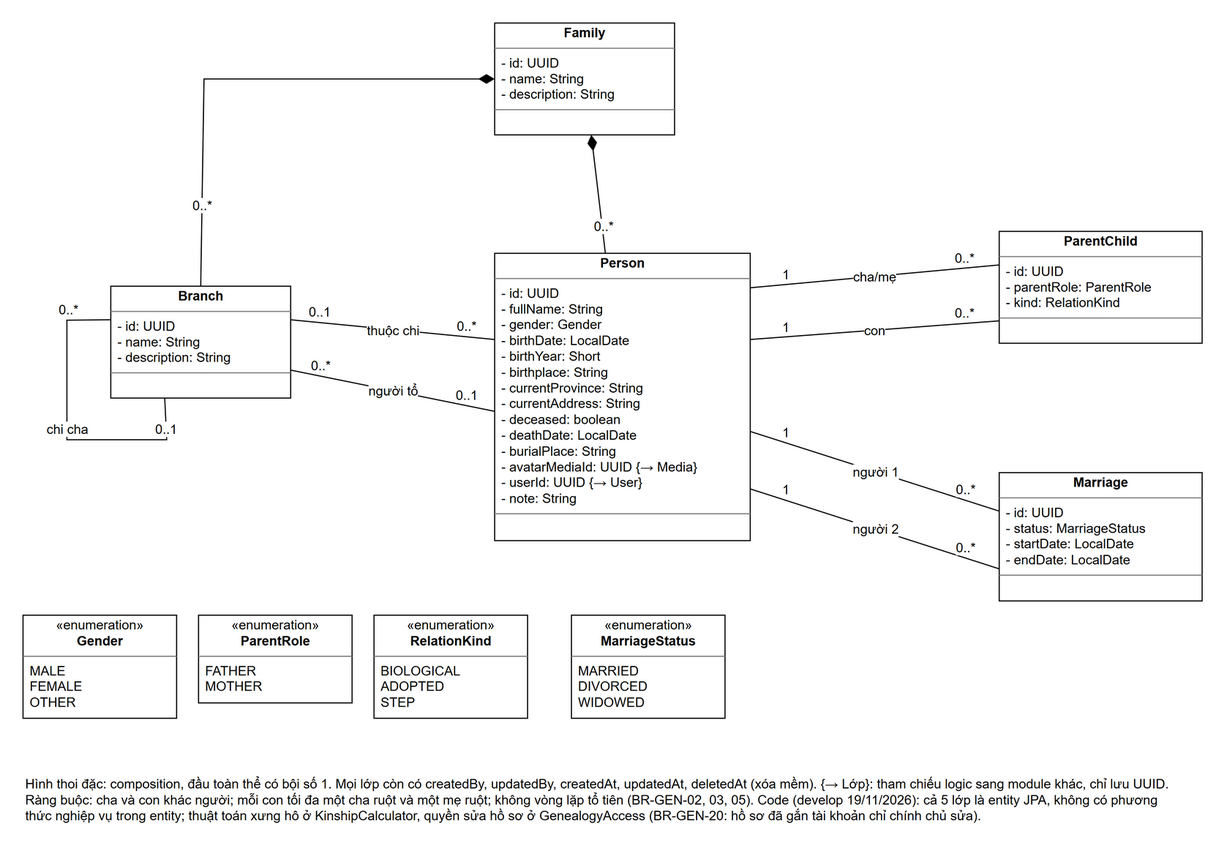
ngthanhtuann/ai-powered-digital-family-community-platform keeps this draw.io diagram as docs/images/class-genealogy.drawio.png. Above is the earlier version. Source tidied: cells renumbered, new cells last; positions are measured from the earlier drawing's top-left corner, leaving out a move shared by most shapes.
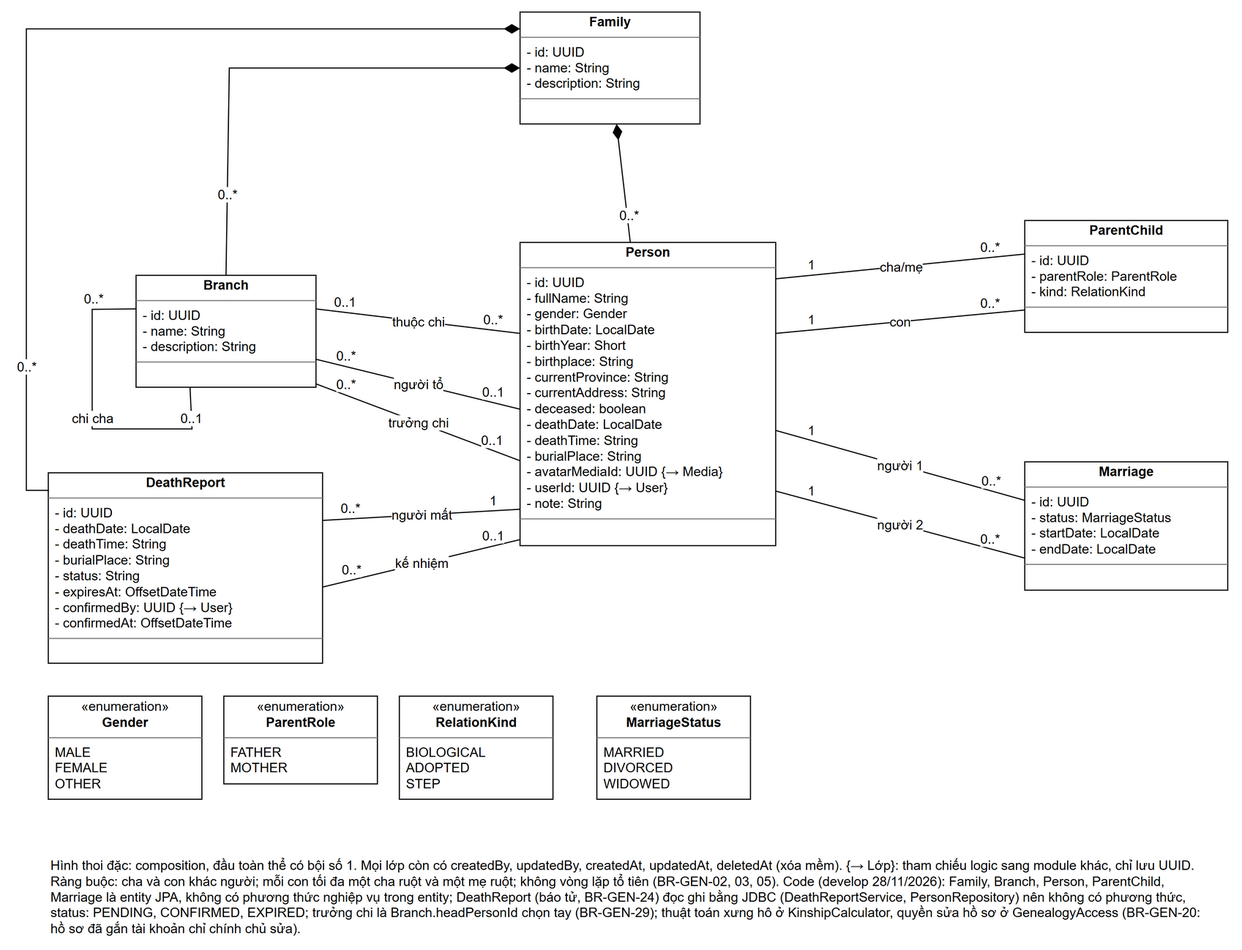
The same diagram one commit later.

Diff of the diagram source:
```diff
@@ -8,8 +8,8 @@
     <mxCell id="3" value="&lt;p style=&quot;margin:2px 0 0 0;text-align:center&quot;&gt;&lt;b&gt;Branch&lt;/b&gt;&lt;/p&gt;&lt;hr size=&quot;1&quot; style=&quot;border-style:solid;&quot;/&gt;&lt;p style=&quot;margin:2px 0 2px 6px&quot;&gt;- id: UUID&lt;br&gt;- name: String&lt;br&gt;- description: String&lt;/p&gt;&lt;hr size=&quot;1&quot; style=&quot;border-style:solid;&quot;/&gt;&lt;p style=&quot;margin:2px 0 2px 6px&quot;&gt;&amp;nbsp;&lt;/p&gt;" style="verticalAlign=top;align=left;overflow=fill;html=1;whiteSpace=nowrap;fillColor=#FFFFFF;strokeColor=#000000;fontFamily=Arial;fontSize=12;fontColor=#000000;" parent="1" vertex="1">
       <mxGeometry x="80" y="240" width="164" height="102" as="geometry" />
     </mxCell>
-    <mxCell id="4" value="&lt;p style=&quot;margin:2px 0 0 0;text-align:center&quot;&gt;&lt;b&gt;Person&lt;/b&gt;&lt;/p&gt;&lt;hr size=&quot;1&quot; style=&quot;border-style:solid;&quot;/&gt;&lt;p style=&quot;margin:2px 0 2px 6px&quot;&gt;- id: UUID&lt;br&gt;- fullName: String&lt;br&gt;- gender: Gender&lt;br&gt;- birthDate: LocalDate&lt;br&gt;- birthYear: Short&lt;br&gt;- birthplace: String&lt;br&gt;- currentProvince: String&lt;br&gt;- currentAddress: String&lt;br&gt;- deceased: boolean&lt;br&gt;- deathDate: LocalDate&lt;br&gt;- burialPlace: String&lt;br&gt;- avatarMediaId: UUID {→ Media}&lt;br&gt;- userId: UUID {→ User}&lt;br&gt;- note: String&lt;/p&gt;&lt;hr size=&quot;1&quot; style=&quot;border-style:solid;&quot;/&gt;&lt;p style=&quot;margin:2px 0 2px 6px&quot;&gt;&amp;nbsp;&lt;/p&gt;" style="verticalAlign=top;align=left;overflow=fill;html=1;whiteSpace=nowrap;fillColor=#FFFFFF;strokeColor=#000000;fontFamily=Arial;fontSize=12;fontColor=#000000;" parent="1" vertex="1">
-      <mxGeometry x="430" y="210" width="233" height="262" as="geometry" />
+    <mxCell id="4" value="&lt;p style=&quot;margin:2px 0 0 0;text-align:center&quot;&gt;&lt;b&gt;Person&lt;/b&gt;&lt;/p&gt;&lt;hr size=&quot;1&quot; style=&quot;border-style:solid;&quot;/&gt;&lt;p style=&quot;margin:2px 0 2px 6px&quot;&gt;- id: UUID&lt;br&gt;- fullName: String&lt;br&gt;- gender: Gender&lt;br&gt;- birthDate: LocalDate&lt;br&gt;- birthYear: Short&lt;br&gt;- birthplace: String&lt;br&gt;- currentProvince: String&lt;br&gt;- currentAddress: String&lt;br&gt;- deceased: boolean&lt;br&gt;- deathDate: LocalDate&lt;br&gt;- deathTime: String&lt;br&gt;- burialPlace: String&lt;br&gt;- avatarMediaId: UUID {→ Media}&lt;br&gt;- userId: UUID {→ User}&lt;br&gt;- note: String&lt;/p&gt;&lt;hr size=&quot;1&quot; style=&quot;border-style:solid;&quot;/&gt;&lt;p style=&quot;margin:2px 0 2px 6px&quot;&gt;&amp;nbsp;&lt;/p&gt;" style="verticalAlign=top;align=left;overflow=fill;html=1;whiteSpace=nowrap;fillColor=#FFFFFF;strokeColor=#000000;fontFamily=Arial;fontSize=12;fontColor=#000000;" parent="1" vertex="1">
+      <mxGeometry x="430" y="210" width="233" height="276.4" as="geometry" />
     </mxCell>
     <mxCell id="5" value="&lt;p style=&quot;margin:2px 0 0 0;text-align:center&quot;&gt;&lt;b&gt;ParentChild&lt;/b&gt;&lt;/p&gt;&lt;hr size=&quot;1&quot; style=&quot;border-style:solid;&quot;/&gt;&lt;p style=&quot;margin:2px 0 2px 6px&quot;&gt;- id: UUID&lt;br&gt;- parentRole: ParentRole&lt;br&gt;- kind: RelationKind&lt;/p&gt;&lt;hr size=&quot;1&quot; style=&quot;border-style:solid;&quot;/&gt;&lt;p style=&quot;margin:2px 0 2px 6px&quot;&gt;&amp;nbsp;&lt;/p&gt;" style="verticalAlign=top;align=left;overflow=fill;html=1;whiteSpace=nowrap;fillColor=#FFFFFF;strokeColor=#000000;fontFamily=Arial;fontSize=12;fontColor=#000000;" parent="1" vertex="1">
       <mxGeometry x="890" y="190" width="185" height="102" as="geometry" />
@@ -135,19 +135,74 @@
       </mxGeometry>
     </mxCell>
     <mxCell id="32" value="&lt;p style=&quot;margin:2px 0 0 0;text-align:center&quot;&gt;«enumeration»&lt;br&gt;&lt;b&gt;Gender&lt;/b&gt;&lt;/p&gt;&lt;hr size=&quot;1&quot; style=&quot;border-style:solid;&quot;/&gt;&lt;p style=&quot;margin:2px 0 2px 6px&quot;&gt;MALE&lt;br&gt;FEMALE&lt;br&gt;OTHER&lt;/p&gt;" style="verticalAlign=top;align=left;overflow=fill;html=1;fillColor=#FFFFFF;strokeColor=#000000;fontFamily=Arial;fontSize=12;fontColor=#000000;" parent="1" vertex="1">
-      <mxGeometry y="540" width="140" height="94" as="geometry" />
+      <mxGeometry y="623.6" width="140" height="94" as="geometry" />
     </mxCell>
     <mxCell id="33" value="&lt;p style=&quot;margin:2px 0 0 0;text-align:center&quot;&gt;«enumeration»&lt;br&gt;&lt;b&gt;ParentRole&lt;/b&gt;&lt;/p&gt;&lt;hr size=&quot;1&quot; style=&quot;border-style:solid;&quot;/&gt;&lt;p style=&quot;margin:2px 0 2px 6px&quot;&gt;FATHER&lt;br&gt;MOTHER&lt;/p&gt;" style="verticalAlign=top;align=left;overflow=fill;html=1;fillColor=#FFFFFF;strokeColor=#000000;fontFamily=Arial;fontSize=12;fontColor=#000000;" parent="1" vertex="1">
-      <mxGeometry x="160" y="540" width="140" height="80" as="geometry" />
+      <mxGeometry x="160" y="623.6" width="140" height="80" as="geometry" />
     </mxCell>
     <mxCell id="34" value="&lt;p style=&quot;margin:2px 0 0 0;text-align:center&quot;&gt;«enumeration»&lt;br&gt;&lt;b&gt;RelationKind&lt;/b&gt;&lt;/p&gt;&lt;hr size=&quot;1&quot; style=&quot;border-style:solid;&quot;/&gt;&lt;p style=&quot;margin:2px 0 2px 6px&quot;&gt;BIOLOGICAL&lt;br&gt;ADOPTED&lt;br&gt;STEP&lt;/p&gt;" style="verticalAlign=top;align=left;overflow=fill;html=1;fillColor=#FFFFFF;strokeColor=#000000;fontFamily=Arial;fontSize=12;fontColor=#000000;" parent="1" vertex="1">
-      <mxGeometry x="320" y="540" width="140" height="94" as="geometry" />
+      <mxGeometry x="320" y="623.6" width="140" height="94" as="geometry" />
     </mxCell>
     <mxCell id="35" value="&lt;p style=&quot;margin:2px 0 0 0;text-align:center&quot;&gt;«enumeration»&lt;br&gt;&lt;b&gt;MarriageStatus&lt;/b&gt;&lt;/p&gt;&lt;hr size=&quot;1&quot; style=&quot;border-style:solid;&quot;/&gt;&lt;p style=&quot;margin:2px 0 2px 6px&quot;&gt;MARRIED&lt;br&gt;DIVORCED&lt;br&gt;WIDOWED&lt;/p&gt;" style="verticalAlign=top;align=left;overflow=fill;html=1;fillColor=#FFFFFF;strokeColor=#000000;fontFamily=Arial;fontSize=12;fontColor=#000000;" parent="1" vertex="1">
-      <mxGeometry x="500" y="540" width="140" height="94" as="geometry" />
+      <mxGeometry x="500" y="623.6" width="140" height="94" as="geometry" />
     </mxCell>
-    <mxCell id="36" value="Hình thoi đặc: composition, đầu toàn thể có bội số 1. Mọi lớp còn có createdBy, updatedBy, createdAt, updatedAt, deletedAt (xóa mềm). {→ Lớp}: tham chiếu logic sang module khác, chỉ lưu UUID. Ràng buộc: cha và con khác người; mỗi con tối đa một cha ruột và một mẹ ruột; không vòng lặp tổ tiên (BR-GEN-02, 03, 05). Code (develop 19/11/2026): cả 5 lớp là entity JPA, không có phương thức nghiệp vụ trong entity; thuật toán xưng hô ở KinshipCalculator, quyền sửa hồ sơ ở GenealogyAccess (BR-GEN-20: hồ sơ đã gắn tài khoản chỉ chính chủ sửa)." style="text;html=1;whiteSpace=wrap;align=left;verticalAlign=top;fontFamily=Arial;fontSize=12;fontColor=#000000;" parent="1" vertex="1">
-      <mxGeometry y="680" width="1060" height="60" as="geometry" />
+    <mxCell id="36" value="Hình thoi đặc: composition, đầu toàn thể có bội số 1. Mọi lớp còn có createdBy, updatedBy, createdAt, updatedAt, deletedAt (xóa mềm). {→ Lớp}: tham chiếu logic sang module khác, chỉ lưu UUID. Ràng buộc: cha và con khác người; mỗi con tối đa một cha ruột và một mẹ ruột; không vòng lặp tổ tiên (BR-GEN-02, 03, 05). Code (develop 28/11/2026): Family, Branch, Person, ParentChild, Marriage là entity JPA, không có phương thức nghiệp vụ trong entity; DeathReport (báo tử, BR-GEN-24) đọc ghi bằng JDBC (DeathReportService, PersonRepository) nên không có phương thức, status: PENDING, CONFIRMED, EXPIRED; trưởng chi là Branch.headPersonId chọn tay (BR-GEN-29); thuật toán xưng hô ở KinshipCalculator, quyền sửa hồ sơ ở GenealogyAccess (BR-GEN-20: hồ sơ đã gắn tài khoản chỉ chính chủ sửa)." style="text;html=1;whiteSpace=wrap;align=left;verticalAlign=top;fontFamily=Arial;fontSize=12;fontColor=#000000;" parent="1" vertex="1">
+      <mxGeometry y="763.6" width="1060" height="60" as="geometry" />
     </mxCell>
+    <mxCell id="37" value="trưởng chi" style="html=1;rounded=0;labelBackgroundColor=#FFFFFF;endSize=12;strokeColor=#000000;fontFamily=Arial;fontSize=12;fontColor=#000000;endArrow=none;exitX=1;exitY=0.97;exitDx=0;exitDy=0;entryX=0;entryY=0.72;entryDx=0;entryDy=0;" parent="1" edge="1" source="3" target="4">
+      <mxGeometry relative="1" as="geometry" />
+    </mxCell>
+    <mxCell id="38" value="0..*" style="edgeLabel;html=1;align=center;verticalAlign=middle;labelBackgroundColor=#FFFFFF;fontFamily=Arial;fontSize=12;fontColor=#000000;" parent="37" vertex="1">
+      <mxGeometry x="-0.72" relative="1" as="geometry">
+        <mxPoint y="-10" as="offset" />
+      </mxGeometry>
+    </mxCell>
+    <mxCell id="39" value="0..1" style="edgeLabel;html=1;align=center;verticalAlign=middle;labelBackgroundColor=#FFFFFF;fontFamily=Arial;fontSize=12;fontColor=#000000;" parent="37" vertex="1">
+      <mxGeometry x="0.72" relative="1" as="geometry">
+        <mxPoint y="-10" as="offset" />
+      </mxGeometry>
+    </mxCell>
+    <mxCell id="40" value="&lt;p style=&quot;margin:2px 0 0 0;text-align:center&quot;&gt;&lt;b&gt;DeathReport&lt;/b&gt;&lt;/p&gt;&lt;hr size=&quot;1&quot; style=&quot;border-style:solid;&quot;/&gt;&lt;p style=&quot;margin:2px 0 2px 6px&quot;&gt;- id: UUID&lt;br&gt;- deathDate: LocalDate&lt;br&gt;- deathTime: String&lt;br&gt;- burialPlace: String&lt;br&gt;- status: String&lt;br&gt;- expiresAt: OffsetDateTime&lt;br&gt;- confirmedBy: UUID {→ User}&lt;br&gt;- confirmedAt: OffsetDateTime&lt;/p&gt;&lt;hr size=&quot;1&quot; style=&quot;border-style:solid;&quot;/&gt;&lt;p style=&quot;margin:2px 0 2px 6px&quot;&gt;&amp;nbsp;&lt;/p&gt;" style="verticalAlign=top;align=left;overflow=fill;html=1;whiteSpace=nowrap;fillColor=#FFFFFF;strokeColor=#000000;fontFamily=Arial;fontSize=12;fontColor=#000000;" parent="1" vertex="1">
+      <mxGeometry y="420" width="250" height="173.6" as="geometry" />
+    </mxCell>
+    <mxCell id="41" value="người mất" style="html=1;rounded=0;labelBackgroundColor=#FFFFFF;endSize=12;strokeColor=#000000;fontFamily=Arial;fontSize=12;fontColor=#000000;endArrow=none;exitX=1;exitY=0.25;exitDx=0;exitDy=0;entryX=0;entryY=0.88;entryDx=0;entryDy=0;" parent="1" edge="1" source="40" target="4">
+      <mxGeometry relative="1" as="geometry" />
+    </mxCell>
+    <mxCell id="42" value="0..*" style="edgeLabel;html=1;align=center;verticalAlign=middle;labelBackgroundColor=#FFFFFF;fontFamily=Arial;fontSize=12;fontColor=#000000;" parent="41" vertex="1">
+      <mxGeometry x="-0.72" relative="1" as="geometry">
+        <mxPoint y="-10" as="offset" />
+      </mxGeometry>
+    </mxCell>
+    <mxCell id="43" value="1" style="edgeLabel;html=1;align=center;verticalAlign=middle;labelBackgroundColor=#FFFFFF;fontFamily=Arial;fontSize=12;fontColor=#000000;" parent="41" vertex="1">
+      <mxGeometry x="0.72" relative="1" as="geometry">
+        <mxPoint y="-10" as="offset" />
+      </mxGeometry>
+    </mxCell>
+    <mxCell id="44" value="kế nhiệm" style="html=1;rounded=0;labelBackgroundColor=#FFFFFF;endSize=12;strokeColor=#000000;fontFamily=Arial;fontSize=12;fontColor=#000000;endArrow=none;exitX=1;exitY=0.6;exitDx=0;exitDy=0;entryX=0;entryY=0.98;entryDx=0;entryDy=0;" parent="1" edge="1" source="40" target="4">
+      <mxGeometry relative="1" as="geometry" />
+    </mxCell>
+    <mxCell id="45" value="0..*" style="edgeLabel;html=1;align=center;verticalAlign=middle;labelBackgroundColor=#FFFFFF;fontFamily=Arial;fontSize=12;fontColor=#000000;" parent="44" vertex="1">
+      <mxGeometry x="-0.72" relative="1" as="geometry">
+        <mxPoint y="-10" as="offset" />
+      </mxGeometry>
+    </mxCell>
+    <mxCell id="46" value="0..1" style="edgeLabel;html=1;align=center;verticalAlign=middle;labelBackgroundColor=#FFFFFF;fontFamily=Arial;fontSize=12;fontColor=#000000;" parent="44" vertex="1">
+      <mxGeometry x="0.72" relative="1" as="geometry">
+        <mxPoint y="-10" as="offset" />
+      </mxGeometry>
+    </mxCell>
+    <mxCell id="47" style="html=1;rounded=0;labelBackgroundColor=#FFFFFF;endSize=12;strokeColor=#000000;fontFamily=Arial;fontSize=12;fontColor=#000000;endArrow=diamondThin;endFill=1;edgeStyle=orthogonalEdgeStyle;exitX=0;exitY=0.1;exitDx=0;exitDy=0;entryX=0;entryY=0.15;entryDx=0;entryDy=0;" parent="1" edge="1" source="40" target="2">
+      <mxGeometry relative="1" as="geometry">
+        <Array as="points">
+          <mxPoint x="-20" y="436" />
+          <mxPoint x="-20" y="15" />
+        </Array>
+      </mxGeometry>
+    </mxCell>
+    <mxCell id="48" value="0..*" style="edgeLabel;html=1;align=center;verticalAlign=middle;labelBackgroundColor=#FFFFFF;fontFamily=Arial;fontSize=12;fontColor=#000000;" parent="47" vertex="1">
+      <mxGeometry x="-0.72" relative="1" as="geometry">
+        <mxPoint y="-10" as="offset" />
+      </mxGeometry>
+    </mxCell>
   </root>
 </mxGraphModel>
```
